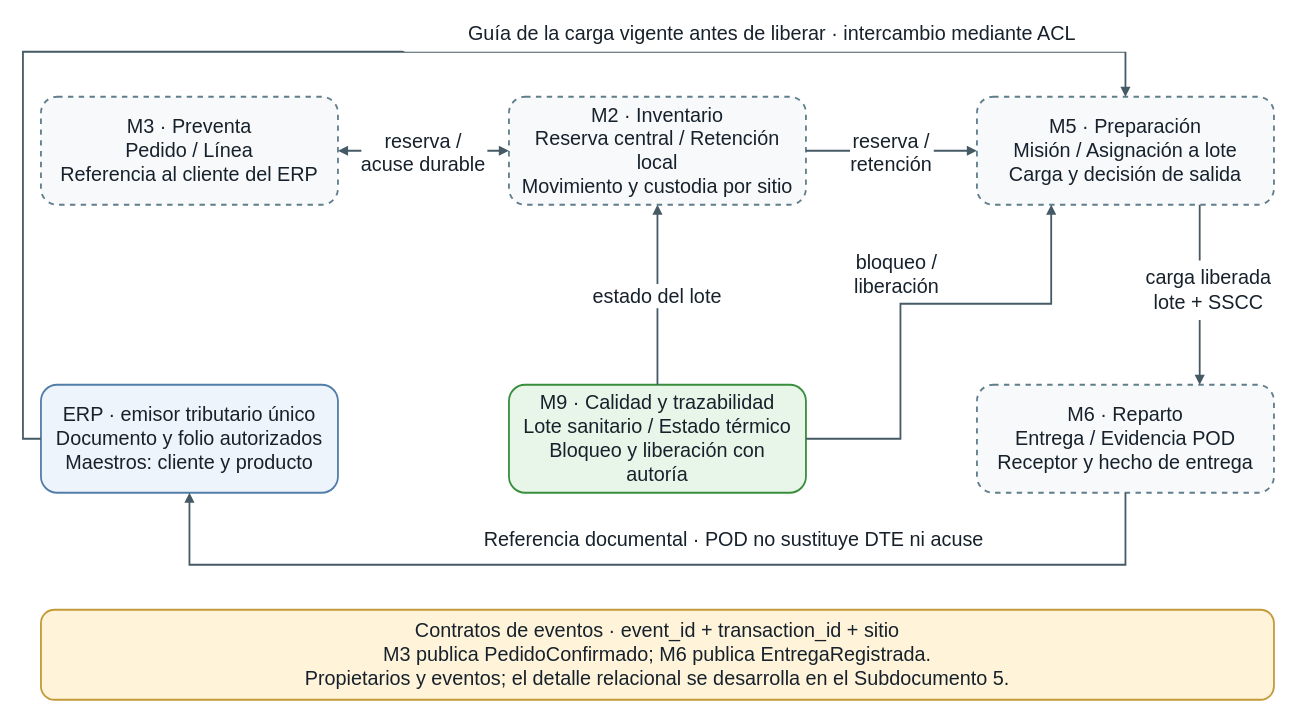
Earlier version of the draw.io diagram page "Dominio · propietarios y eventos" (4 of 4) of 04/figuras/fuentes/Arquitectura-logica-vistas-complementarias.drawio.xml (PatricioH315/LafroX). Source tidied: cells renumbered, new cells numbered last; positions are measured from the earlier drawing's top-left corner, leaving out a move shared by most shapes. Both pictures are drawn from the tidied source at 90%, with x=0, y=0 at pixel (22, 15).
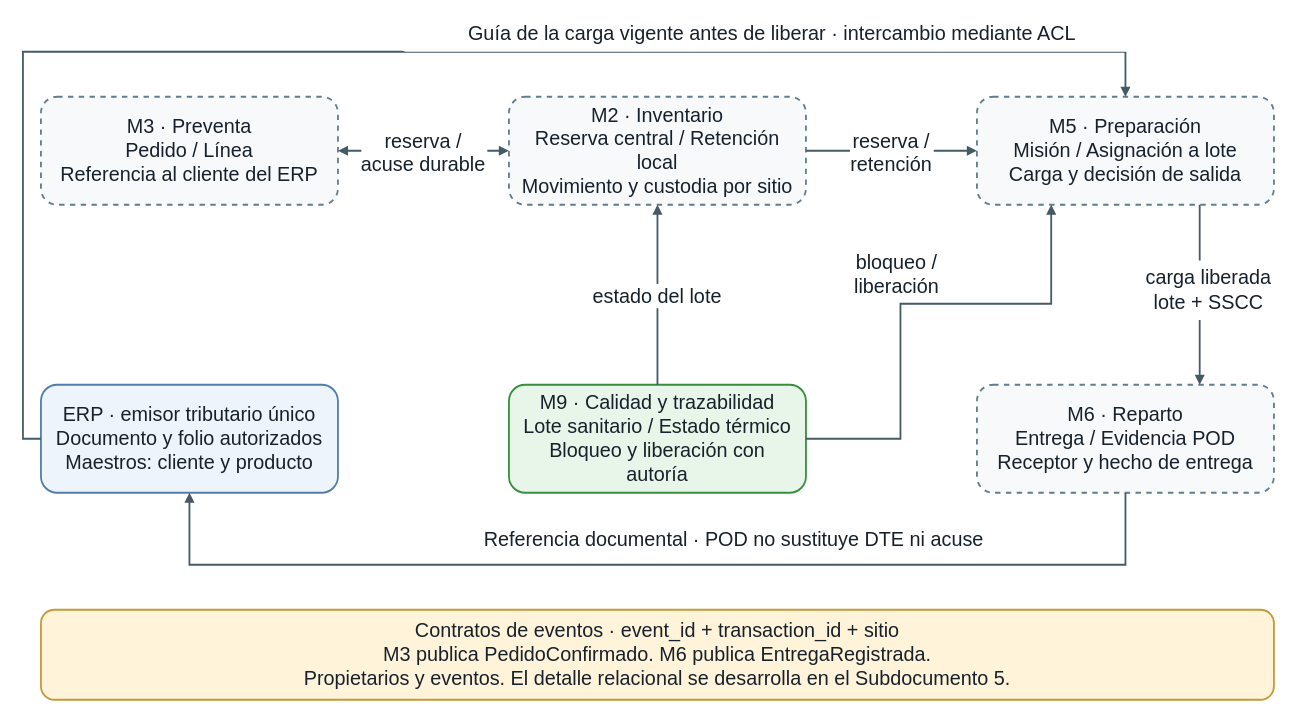
After the change.

The edit, as a diff of the source:
```diff
@@
-    <mxCell id="8" value="Contratos de eventos · event_id + transaction_id + sitio&#10;M3 publica PedidoConfirmado; M6 publica EntregaRegistrada.&#10;Propietarios y eventos; el detalle relacional se desarrolla en el Subdocumento 5." style="rounded=1;whiteSpace=wrap;html=0;fontFamily=Arial;fontSize=22;fontColor=#17212b;fillColor=#fff4da;strokeColor=#c49a38;strokeWidth=2;spacing=9;fontStyle=0;" parent="1" vertex="1">
+    <mxCell id="8" value="Contratos de eventos · event_id + transaction_id + sitio&#10;M3 publica PedidoConfirmado. M6 publica EntregaRegistrada.&#10;Propietarios y eventos. El detalle relacional se desarrolla en el Subdocumento 5." style="rounded=1;whiteSpace=wrap;html=0;fontFamily=Arial;fontSize=22;fontColor=#17212b;fillColor=#fff4da;strokeColor=#c49a38;strokeWidth=2;spacing=9;fontStyle=0;" parent="1" vertex="1">
       <mxGeometry x="20" y="660" width="1370" height="100" as="geometry" />
     </mxCell>
```
